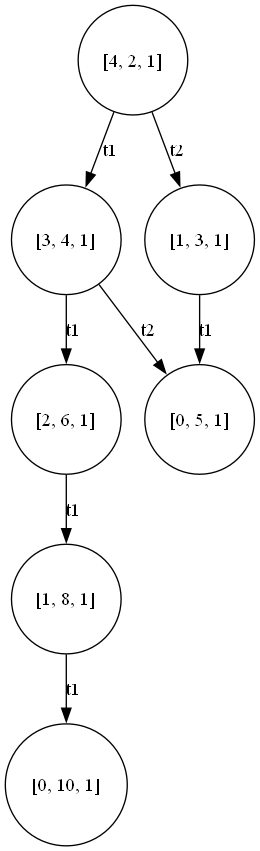
Earlier version of the Graphviz export graphe.png (louailou123/Creation-et-visualisation-de-graphe-de-marquage-pour-les-reseaux-de-Petri). Its source is kept beside it as graphe.dot.
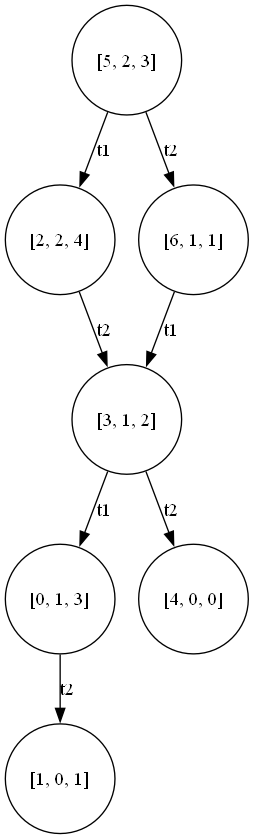
After the commit.

Change to the diagram source:
```diff
@@ -1,18 +1,13 @@
 digraph GrapheMarquage {
 rankdir=TB;
 node [shape=circle];
-M_4__2__1_ [label="[4, 2, 1]"];
-M_3__4__1_ [label="[3, 4, 1]"];
-M_1__3__1_ [label="[1, 3, 1]"];
-M_0__5__1_ [label="[0, 5, 1]"];
-M_2__6__1_ [label="[2, 6, 1]"];
-M_1__8__1_ [label="[1, 8, 1]"];
-M_0__10__1_ [label="[0, 10, 1]"];
-M_4__2__1_ -> M_3__4__1_ [label="t1"];
-M_4__2__1_ -> M_1__3__1_ [label="t2"];
-M_1__3__1_ -> M_0__5__1_ [label="t1"];
-M_3__4__1_ -> M_2__6__1_ [label="t1"];
-M_3__4__1_ -> M_0__5__1_ [label="t2"];
-M_2__6__1_ -> M_1__8__1_ [label="t1"];
-M_1__8__1_ -> M_0__10__1_ [label="t1"];
+M_1__1__0__0_ [label="[1, 1, 0, 0]"];
+M_0__1__1__0_ [label="[0, 1, 1, 0]"];
+M_1__0__0__1_ [label="[1, 0, 0, 1]"];
+M_0__0__1__1_ [label="[0, 0, 1, 1]"];
+M_1__1__0__0_ -> M_0__1__1__0_ [label="t1"];
+M_1__1__0__0_ -> M_1__0__0__1_ [label="t2"];
+M_1__0__0__1_ -> M_0__0__1__1_ [label="t1"];
+M_0__0__1__1_ -> M_1__1__0__0_ [label="t3"];
+M_0__1__1__0_ -> M_0__0__1__1_ [label="t2"];
 }
```
